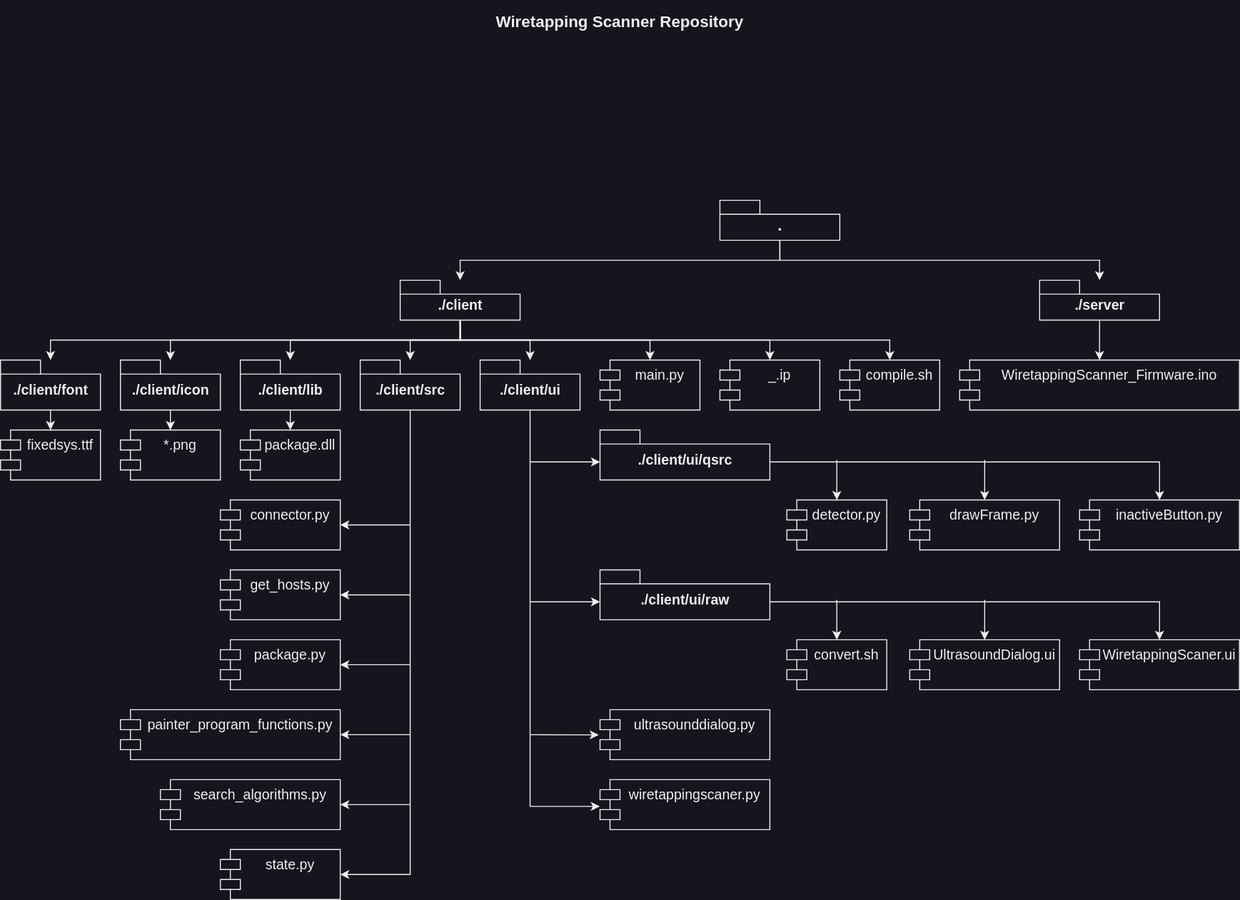
This is schemes/Wiretapping Scanner-Wiretapping Scanner Repository.drawio.svg from Nakama3942/WiretappingScanner, a draw.io export, as it was before one commit. Source tidied: cells renumbered, new cells last; positions are measured from the earlier drawing's top-left corner, leaving out a move shared by most shapes.
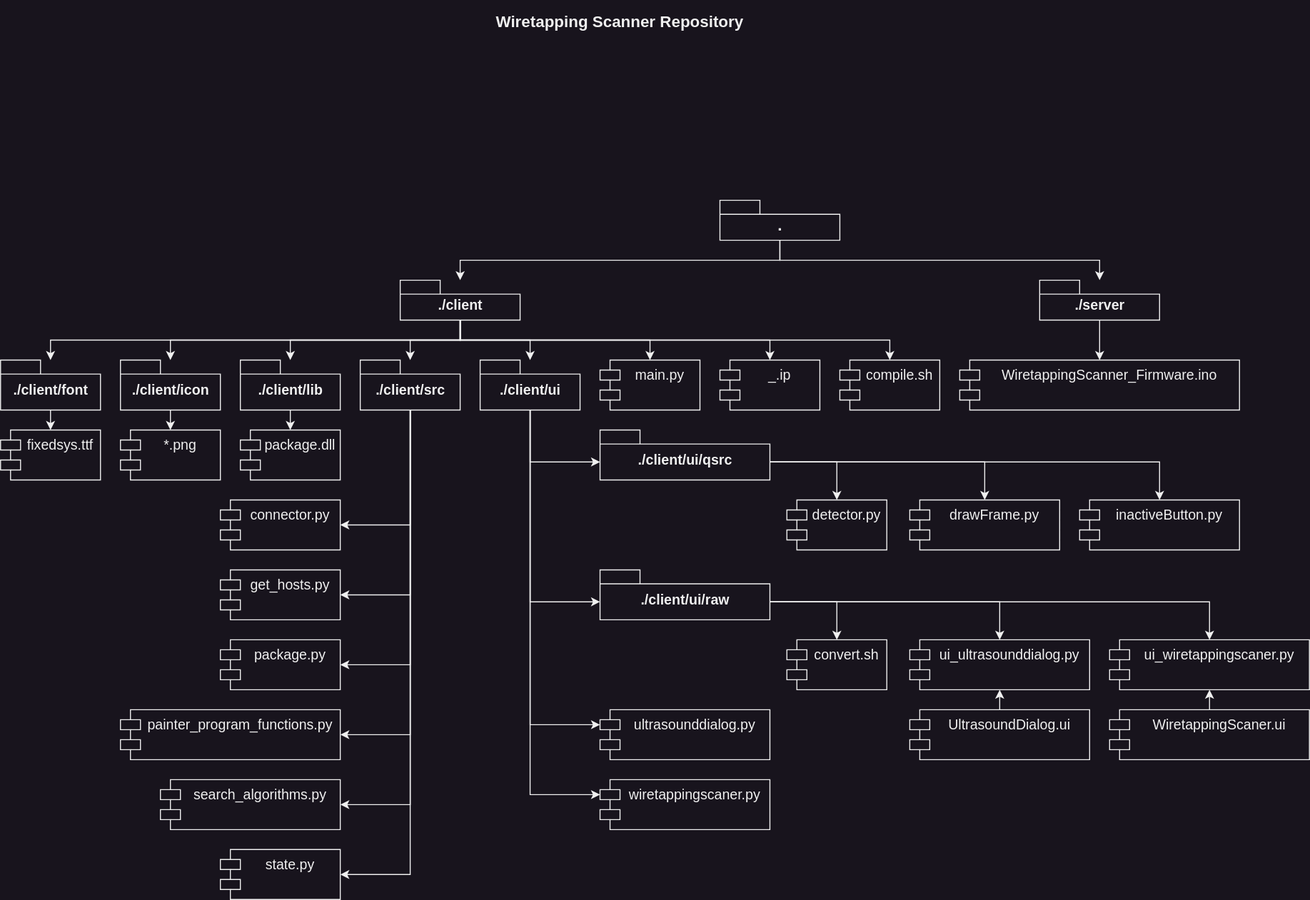
After the commit.

Diff of the diagram source:
```diff
@@ -65,27 +65,63 @@
     <mxCell id="22" value="./client/lib" style="shape=folder;fontStyle=1;spacingTop=10;tabWidth=40;tabHeight=14;tabPosition=left;html=1;fontSize=14;" parent="1" vertex="1">
       <mxGeometry x="240" y="360" width="100" height="50" as="geometry" />
     </mxCell>
-    <mxCell id="23" style="edgeStyle=orthogonalEdgeStyle;rounded=0;jettySize=auto;html=1;exitX=0.5;exitY=1;exitDx=0;exitDy=0;exitPerimeter=0;entryX=1;entryY=0.5;entryDx=0;entryDy=0;fontSize=14;" parent="1" edge="1" source="24" target="40">
+    <mxCell id="23" style="edgeStyle=orthogonalEdgeStyle;rounded=0;jettySize=auto;html=1;exitX=0.5;exitY=1;exitDx=0;exitDy=0;exitPerimeter=0;entryX=1;entryY=0.5;entryDx=0;entryDy=0;" parent="1" edge="1" source="24" target="40">
       <mxGeometry relative="1" as="geometry" />
     </mxCell>
+    <mxCell id="64" style="edgeStyle=orthogonalEdgeStyle;rounded=0;jettySize=auto;html=1;exitX=0.5;exitY=1;exitDx=0;exitDy=0;exitPerimeter=0;entryX=1;entryY=0.5;entryDx=0;entryDy=0;" parent="1" edge="1" source="24" target="39">
+      <mxGeometry relative="1" as="geometry" />
+    </mxCell>
+    <mxCell id="65" style="edgeStyle=orthogonalEdgeStyle;rounded=0;jettySize=auto;html=1;exitX=0.5;exitY=1;exitDx=0;exitDy=0;exitPerimeter=0;entryX=1;entryY=0.5;entryDx=0;entryDy=0;" parent="1" edge="1" source="24" target="38">
+      <mxGeometry relative="1" as="geometry" />
+    </mxCell>
+    <mxCell id="66" style="edgeStyle=orthogonalEdgeStyle;rounded=0;jettySize=auto;html=1;exitX=0.5;exitY=1;exitDx=0;exitDy=0;exitPerimeter=0;entryX=1;entryY=0.5;entryDx=0;entryDy=0;" parent="1" edge="1" source="24" target="37">
+      <mxGeometry relative="1" as="geometry" />
+    </mxCell>
+    <mxCell id="67" style="edgeStyle=orthogonalEdgeStyle;rounded=0;jettySize=auto;html=1;exitX=0.5;exitY=1;exitDx=0;exitDy=0;exitPerimeter=0;entryX=1;entryY=0.5;entryDx=0;entryDy=0;" parent="1" edge="1" source="24" target="36">
+      <mxGeometry relative="1" as="geometry" />
+    </mxCell>
+    <mxCell id="68" style="edgeStyle=orthogonalEdgeStyle;rounded=0;jettySize=auto;html=1;exitX=0.5;exitY=1;exitDx=0;exitDy=0;exitPerimeter=0;entryX=1;entryY=0.5;entryDx=0;entryDy=0;" parent="1" edge="1" source="24" target="35">
+      <mxGeometry relative="1" as="geometry" />
+    </mxCell>
     <mxCell id="24" value="./client/src" style="shape=folder;fontStyle=1;spacingTop=10;tabWidth=40;tabHeight=14;tabPosition=left;html=1;fontSize=14;" parent="1" vertex="1">
       <mxGeometry x="360" y="360" width="100" height="50" as="geometry" />
     </mxCell>
+    <mxCell id="69" style="edgeStyle=orthogonalEdgeStyle;rounded=0;jettySize=auto;html=1;exitX=0.5;exitY=1;exitDx=0;exitDy=0;exitPerimeter=0;entryX=0;entryY=0;entryDx=0;entryDy=32;entryPerimeter=0;" parent="1" edge="1" source="26" target="28">
+      <mxGeometry relative="1" as="geometry" />
+    </mxCell>
+    <mxCell id="70" style="edgeStyle=orthogonalEdgeStyle;rounded=0;jettySize=auto;html=1;exitX=0.5;exitY=1;exitDx=0;exitDy=0;exitPerimeter=0;entryX=0;entryY=0;entryDx=0;entryDy=32;entryPerimeter=0;" parent="1" edge="1" source="26" target="30">
+      <mxGeometry relative="1" as="geometry" />
+    </mxCell>
+    <mxCell id="71" style="edgeStyle=orthogonalEdgeStyle;rounded=0;jettySize=auto;html=1;exitX=0.5;exitY=1;exitDx=0;exitDy=0;exitPerimeter=0;entryX=0;entryY=0;entryDx=0;entryDy=15;entryPerimeter=0;" parent="1" edge="1" source="26" target="47">
+      <mxGeometry relative="1" as="geometry" />
+    </mxCell>
-    <mxCell id="25" style="edgeStyle=orthogonalEdgeStyle;rounded=0;jettySize=auto;html=1;exitX=0.5;exitY=1;exitDx=0;exitDy=0;exitPerimeter=0;entryX=-0.001;entryY=0.536;entryDx=0;entryDy=0;entryPerimeter=0;fontSize=14;" parent="1" edge="1" source="26" target="48">
+    <mxCell id="25" style="edgeStyle=orthogonalEdgeStyle;rounded=0;jettySize=auto;html=1;exitX=0.5;exitY=1;exitDx=0;exitDy=0;exitPerimeter=0;entryX=0;entryY=0;entryDx=0;entryDy=15;entryPerimeter=0;" parent="1" edge="1" source="26" target="48">
       <mxGeometry relative="1" as="geometry" />
     </mxCell>
     <mxCell id="26" value="./client/ui" style="shape=folder;fontStyle=1;spacingTop=10;tabWidth=40;tabHeight=14;tabPosition=left;html=1;fontSize=14;" parent="1" vertex="1">
       <mxGeometry x="480" y="360" width="100" height="50" as="geometry" />
     </mxCell>
-    <mxCell id="27" style="edgeStyle=orthogonalEdgeStyle;rounded=0;jettySize=auto;html=1;exitX=0;exitY=0;exitDx=170;exitDy=32;exitPerimeter=0;entryX=0.5;entryY=0;entryDx=0;entryDy=0;fontSize=14;" parent="1" edge="1" source="28" target="43">
+    <mxCell id="27" style="edgeStyle=orthogonalEdgeStyle;rounded=0;jettySize=auto;html=1;exitX=0;exitY=0;exitDx=170;exitDy=32;exitPerimeter=0;entryX=0.5;entryY=0;entryDx=0;entryDy=0;" parent="1" edge="1" source="28" target="43">
       <mxGeometry relative="1" as="geometry" />
     </mxCell>
+    <mxCell id="72" style="edgeStyle=orthogonalEdgeStyle;rounded=0;jettySize=auto;html=1;exitX=0;exitY=0;exitDx=170;exitDy=32;exitPerimeter=0;entryX=0.5;entryY=0;entryDx=0;entryDy=0;" parent="1" edge="1" source="28" target="42">
+      <mxGeometry relative="1" as="geometry" />
+    </mxCell>
+    <mxCell id="73" style="edgeStyle=orthogonalEdgeStyle;rounded=0;jettySize=auto;html=1;exitX=0;exitY=0;exitDx=170;exitDy=32;exitPerimeter=0;entryX=0.5;entryY=0;entryDx=0;entryDy=0;" parent="1" edge="1" source="28" target="41">
+      <mxGeometry relative="1" as="geometry" />
+    </mxCell>
     <mxCell id="28" value="./client/ui/qsrc" style="shape=folder;fontStyle=1;spacingTop=10;tabWidth=40;tabHeight=14;tabPosition=left;html=1;fontSize=14;" parent="1" vertex="1">
       <mxGeometry x="600" y="430" width="170" height="50" as="geometry" />
     </mxCell>
-    <mxCell id="29" style="edgeStyle=orthogonalEdgeStyle;rounded=0;jettySize=auto;html=1;exitX=0;exitY=0;exitDx=170;exitDy=32;exitPerimeter=0;entryX=0.5;entryY=0;entryDx=0;entryDy=0;fontSize=14;" parent="1" edge="1" source="30" target="46">
-      <mxGeometry relative="1" as="geometry" />
-    </mxCell>
+    <mxCell id="74" style="edgeStyle=orthogonalEdgeStyle;rounded=0;jettySize=auto;html=1;exitX=0;exitY=0;exitDx=170;exitDy=32;exitPerimeter=0;entryX=0.5;entryY=0;entryDx=0;entryDy=0;" parent="1" edge="1" source="30" target="44">
+      <mxGeometry relative="1" as="geometry" />
+    </mxCell>
+    <mxCell id="75" style="edgeStyle=orthogonalEdgeStyle;rounded=0;jettySize=auto;html=1;exitX=0;exitY=0;exitDx=170;exitDy=32;exitPerimeter=0;entryX=0.5;entryY=0;entryDx=0;entryDy=0;" parent="1" edge="1" source="30" target="79">
+      <mxGeometry relative="1" as="geometry" />
+    </mxCell>
+    <mxCell id="76" style="edgeStyle=orthogonalEdgeStyle;rounded=0;jettySize=auto;html=1;exitX=0;exitY=0;exitDx=170;exitDy=32;exitPerimeter=0;entryX=0.5;entryY=0;entryDx=0;entryDy=0;" parent="1" edge="1" source="30" target="80">
+      <mxGeometry relative="1" as="geometry" />
+    </mxCell>
     <mxCell id="30" value="./client/ui/raw" style="shape=folder;fontStyle=1;spacingTop=10;tabWidth=40;tabHeight=14;tabPosition=left;html=1;fontSize=14;" parent="1" vertex="1">
       <mxGeometry x="600" y="570" width="170" height="50" as="geometry" />
     </mxCell>
@@ -131,11 +167,17 @@
     <mxCell id="44" value="convert.sh" style="shape=module;align=left;spacingLeft=20;align=center;verticalAlign=top;fontSize=14;" parent="1" vertex="1">
       <mxGeometry x="787" y="640" width="100" height="50" as="geometry" />
     </mxCell>
+    <mxCell id="77" style="edgeStyle=orthogonalEdgeStyle;rounded=0;jettySize=auto;html=1;exitX=0.5;exitY=0;exitDx=0;exitDy=0;entryX=0.5;entryY=1;entryDx=0;entryDy=0;" parent="1" edge="1" source="45" target="79">
+      <mxGeometry relative="1" as="geometry" />
+    </mxCell>
     <mxCell id="45" value="UltrasoundDialog.ui" style="shape=module;align=left;spacingLeft=20;align=center;verticalAlign=top;fontSize=14;" parent="1" vertex="1">
-      <mxGeometry x="910" y="640" width="150" height="50" as="geometry" />
+      <mxGeometry x="910" y="710" width="180" height="50" as="geometry" />
     </mxCell>
+    <mxCell id="78" style="edgeStyle=orthogonalEdgeStyle;rounded=0;jettySize=auto;html=1;exitX=0.5;exitY=0;exitDx=0;exitDy=0;entryX=0.5;entryY=1;entryDx=0;entryDy=0;" parent="1" edge="1" source="46" target="80">
+      <mxGeometry relative="1" as="geometry" />
+    </mxCell>
     <mxCell id="46" value="WiretappingScaner.ui" style="shape=module;align=left;spacingLeft=20;align=center;verticalAlign=top;fontSize=14;" parent="1" vertex="1">
-      <mxGeometry x="1080" y="640" width="160" height="50" as="geometry" />
+      <mxGeometry x="1110" y="710" width="200" height="50" as="geometry" />
     </mxCell>
     <mxCell id="47" value="ultrasounddialog.py" style="shape=module;align=left;spacingLeft=20;align=center;verticalAlign=top;fontSize=14;" parent="1" vertex="1">
       <mxGeometry x="600" y="710" width="170" height="50" as="geometry" />
@@ -152,65 +194,11 @@
     <mxCell id="51" value="compile.sh" style="shape=module;align=left;spacingLeft=20;align=center;verticalAlign=top;fontSize=14;" parent="1" vertex="1">
       <mxGeometry x="840" y="360" width="100" height="50" as="geometry" />
     </mxCell>
-    <mxCell id="52" style="endArrow=classic;html=1;rounded=0;fontSize=14;entryX=1;entryY=0.5;entryDx=0;entryDy=0;" parent="1" edge="1" target="35">
-      <mxGeometry relative="1" as="geometry">
-        <mxPoint x="410" y="525" as="sourcePoint" />
-      </mxGeometry>
-    </mxCell>
-    <mxCell id="53" style="endArrow=classic;html=1;rounded=0;fontSize=14;entryX=1;entryY=0.5;entryDx=0;entryDy=0;" parent="1" edge="1" target="36">
-      <mxGeometry relative="1" as="geometry">
-        <mxPoint x="410" y="595" as="sourcePoint" />
-      </mxGeometry>
-    </mxCell>
-    <mxCell id="54" style="endArrow=classic;html=1;rounded=0;fontSize=14;entryX=1;entryY=0.5;entryDx=0;entryDy=0;" parent="1" edge="1" target="37">
-      <mxGeometry relative="1" as="geometry">
-        <mxPoint x="410" y="665" as="sourcePoint" />
-      </mxGeometry>
-    </mxCell>
-    <mxCell id="55" style="endArrow=classic;html=1;rounded=0;fontSize=14;entryX=1;entryY=0.5;entryDx=0;entryDy=0;" parent="1" edge="1" target="38">
-      <mxGeometry relative="1" as="geometry">
-        <mxPoint x="410" y="735" as="sourcePoint" />
-      </mxGeometry>
-    </mxCell>
-    <mxCell id="56" style="endArrow=classic;html=1;rounded=0;fontSize=14;entryX=1;entryY=0.5;entryDx=0;entryDy=0;" parent="1" edge="1" target="39">
-      <mxGeometry relative="1" as="geometry">
-        <mxPoint x="410" y="805" as="sourcePoint" />
-      </mxGeometry>
-    </mxCell>
-    <mxCell id="57" style="endArrow=classic;html=1;rounded=0;fontSize=14;entryX=0;entryY=0;entryDx=0;entryDy=32;entryPerimeter=0;" parent="1" edge="1" target="28">
-      <mxGeometry relative="1" as="geometry">
-        <mxPoint x="530" y="462" as="sourcePoint" />
-      </mxGeometry>
-    </mxCell>
-    <mxCell id="58" style="endArrow=classic;html=1;rounded=0;fontSize=14;entryX=0;entryY=0;entryDx=0;entryDy=32;entryPerimeter=0;" parent="1" edge="1" target="30">
-      <mxGeometry relative="1" as="geometry">
-        <mxPoint x="530" y="602" as="sourcePoint" />
-      </mxGeometry>
-    </mxCell>
-    <mxCell id="59" style="endArrow=classic;html=1;rounded=0;fontSize=14;entryX=-0.007;entryY=0.504;entryDx=0;entryDy=0;entryPerimeter=0;" parent="1" edge="1" target="47">
-      <mxGeometry relative="1" as="geometry">
-        <mxPoint x="530" y="735" as="sourcePoint" />
-      </mxGeometry>
-    </mxCell>
-    <mxCell id="60" style="endArrow=classic;html=1;rounded=0;fontSize=14;entryX=0.5;entryY=0;entryDx=0;entryDy=0;" parent="1" edge="1" target="42">
-      <mxGeometry relative="1" as="geometry">
-        <mxPoint x="985" y="460" as="sourcePoint" />
-      </mxGeometry>
-    </mxCell>
-    <mxCell id="61" style="endArrow=classic;html=1;rounded=0;fontSize=14;entryX=0.5;entryY=0;entryDx=0;entryDy=0;" parent="1" edge="1" target="41">
-      <mxGeometry relative="1" as="geometry">
-        <mxPoint x="837" y="460" as="sourcePoint" />
-      </mxGeometry>
-    </mxCell>
-    <mxCell id="62" style="endArrow=classic;html=1;rounded=0;fontSize=14;entryX=0.5;entryY=0;entryDx=0;entryDy=0;" parent="1" edge="1" target="45">
-      <mxGeometry relative="1" as="geometry">
-        <mxPoint x="985" y="600" as="sourcePoint" />
-      </mxGeometry>
-    </mxCell>
-    <mxCell id="63" style="endArrow=classic;html=1;rounded=0;fontSize=14;entryX=0.5;entryY=0;entryDx=0;entryDy=0;" parent="1" edge="1" target="44">
-      <mxGeometry relative="1" as="geometry">
-        <mxPoint x="837" y="600" as="sourcePoint" />
-      </mxGeometry>
-    </mxCell>
+    <mxCell id="79" value="ui_ultrasounddialog.py" style="shape=module;align=left;spacingLeft=20;align=center;verticalAlign=top;fontSize=14;" parent="1" vertex="1">
+      <mxGeometry x="910" y="640" width="180" height="50" as="geometry" />
+    </mxCell>
+    <mxCell id="80" value="ui_wiretappingscaner.py" style="shape=module;align=left;spacingLeft=20;align=center;verticalAlign=top;fontSize=14;" parent="1" vertex="1">
+      <mxGeometry x="1110" y="640" width="200" height="50" as="geometry" />
+    </mxCell>
   </root>
 </mxGraphModel>
```
